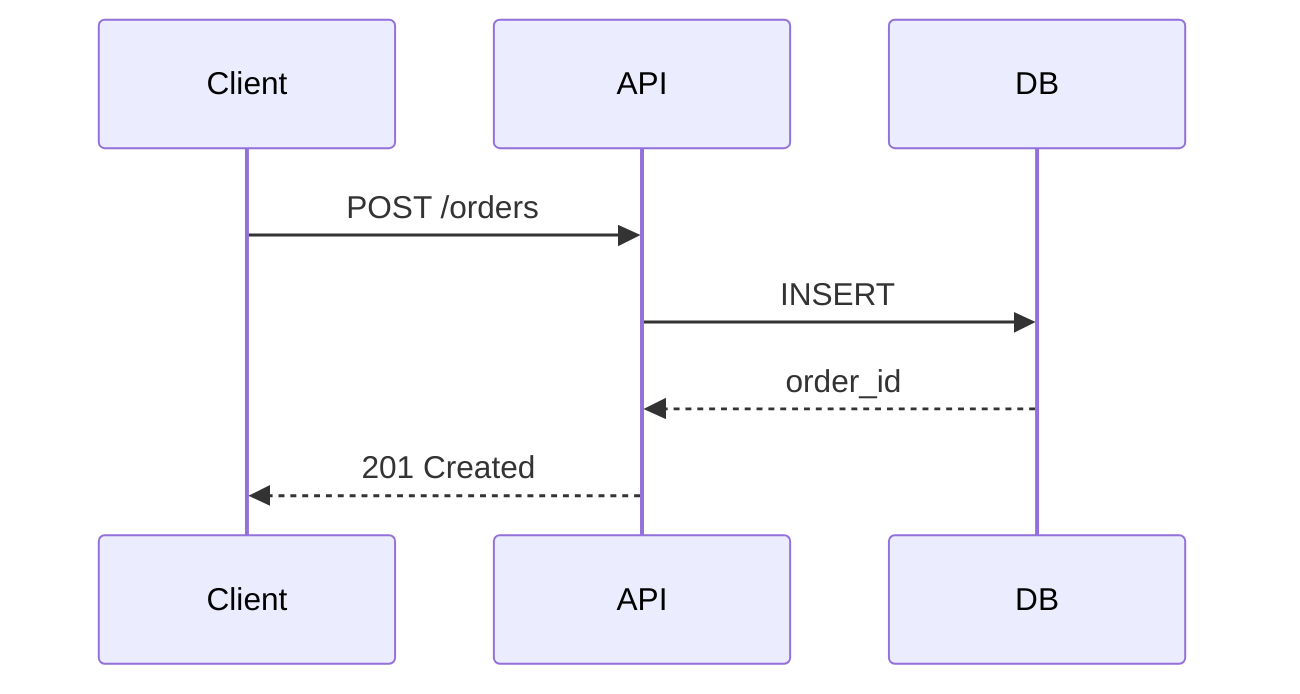
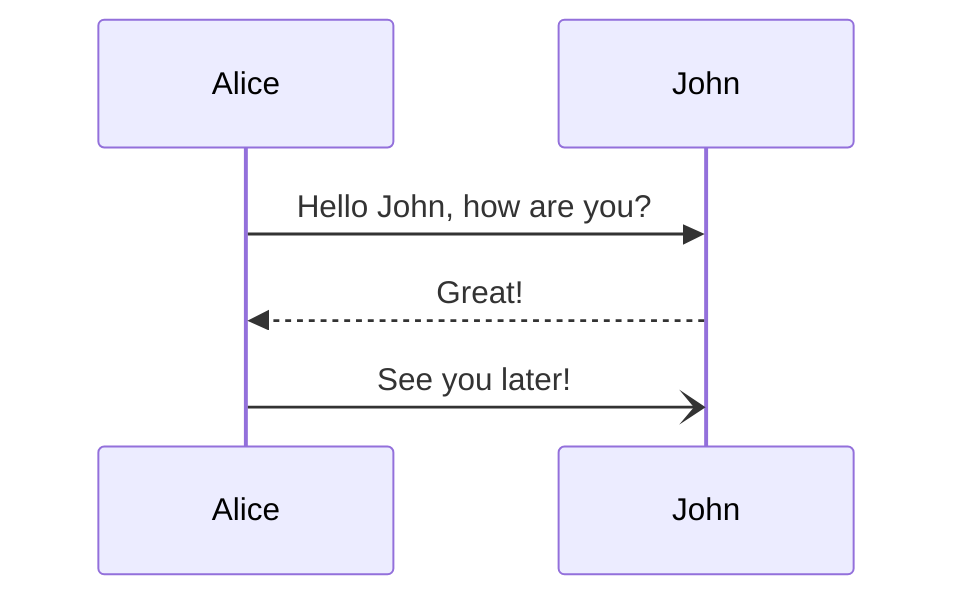
sequenceDiagram
-   participant Client
-   participant API
-   participant DB
-   Client->>API: POST /orders
-   API->>DB: INSERT
-   DB-->>API: order_id
-   API-->>Client: 201 Created
+     Alice->>John: Hello John, how are you?
+     John-->>Alice: Great!
+     Alice-)John: See you later!
